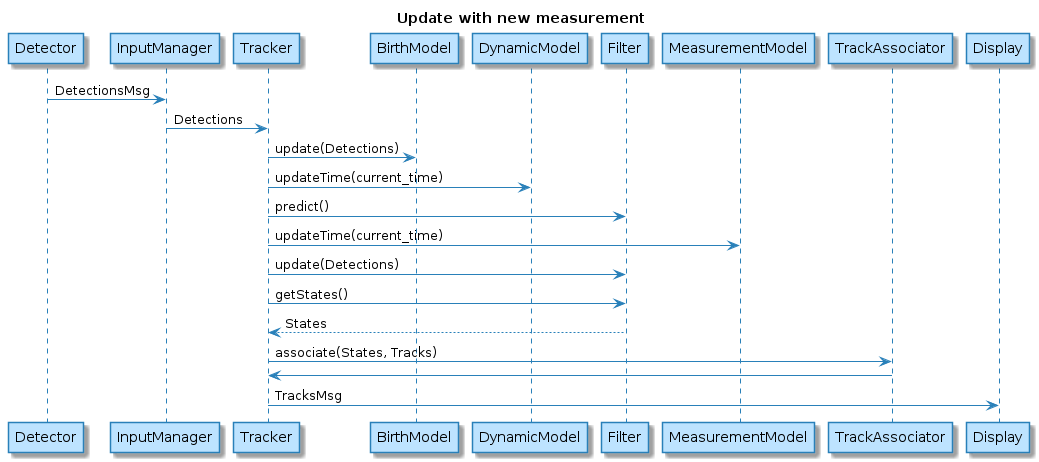
Above: docs/source/images/uml/tracker_sequence.png in rdesarz/gm-phd-visual-tracker (PlantUML), before the change.
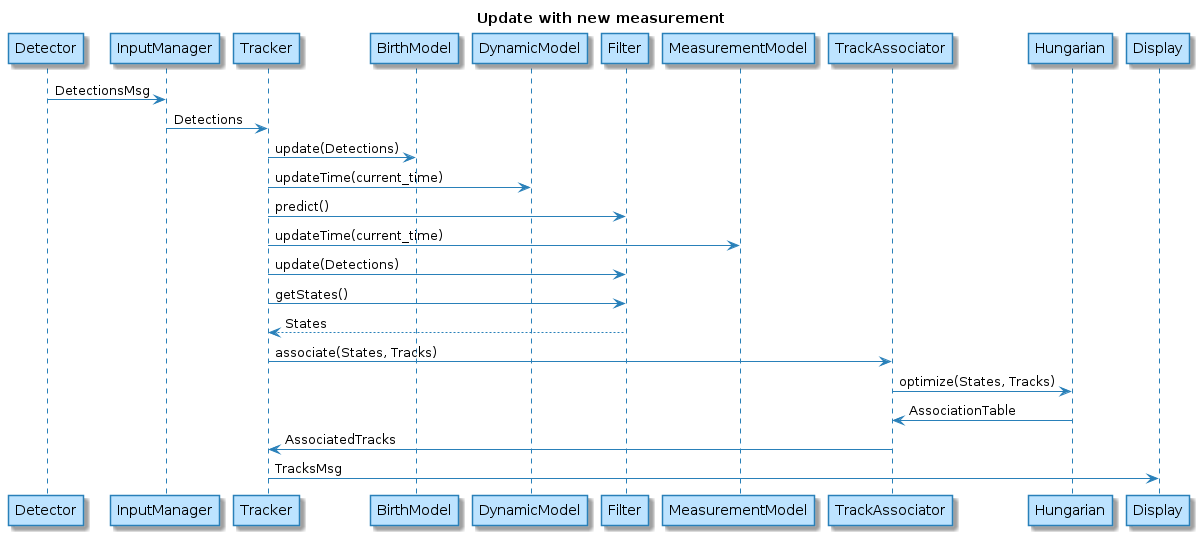
After the change.

Change to the diagram source:
```diff
@@ -80,9 +80,9 @@
 Filter --> Tracker: States
 
 Tracker -> TrackAssociator: associate(States, Tracks)
-TrackAssociator -> Tracker:
-
-
+TrackAssociator -> Hungarian: optimize(States, Tracks)
+Hungarian -> TrackAssociator: AssociationTable
+TrackAssociator -> Tracker: AssociatedTracks
 
 Tracker -> Display: TracksMsg
 @enduml
```
